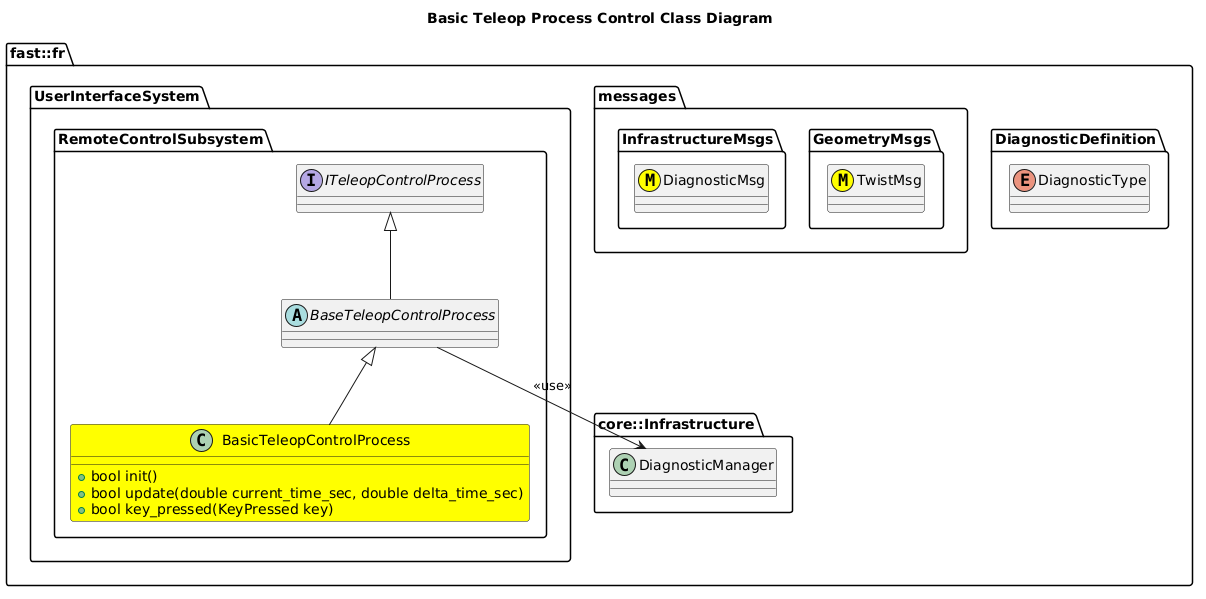
fastrobotics/robot_framework keeps this PlantUML diagram as Systems/UserInterface/Subsystems/RemoteControl/Processes/TeleopControl/doc/ProcessImplementations/puml/BasicTeleopControlProcessClassDiagram.png. Above is the earlier version. The source it was exported from:
```plantuml
@startuml
title Basic Teleop Process Control Class Diagram

namespace fast::fr {
  namespace DiagnosticDefinition {
    enum DiagnosticType
  }
  namespace messages {
    namespace GeometryMsgs {
      class TwistMsg <<(M,#FFFF00)>>
    }
    namespace InfrastructureMsgs {
      class DiagnosticMsg <<(M,#FFFF00)>>
    }
  }
  namespace core::Infrastructure {
    class DiagnosticManager
  }
  namespace UserInterfaceSystem {
    namespace RemoteControlSubsystem {
        interface ITeleopControlProcess
        abstract BaseTeleopControlProcess
        BaseTeleopControlProcess -up-|> ITeleopControlProcess
        BaseTeleopControlProcess --> DiagnosticManager: <<use>>
        class BasicTeleopControlProcess #Yellow {
          +bool init()
          +bool update(double current_time_sec, double delta_time_sec)
          +bool key_pressed(KeyPressed key)
        }
        BasicTeleopControlProcess -up-|> BaseTeleopControlProcess
    }
  }
}
@enduml
```
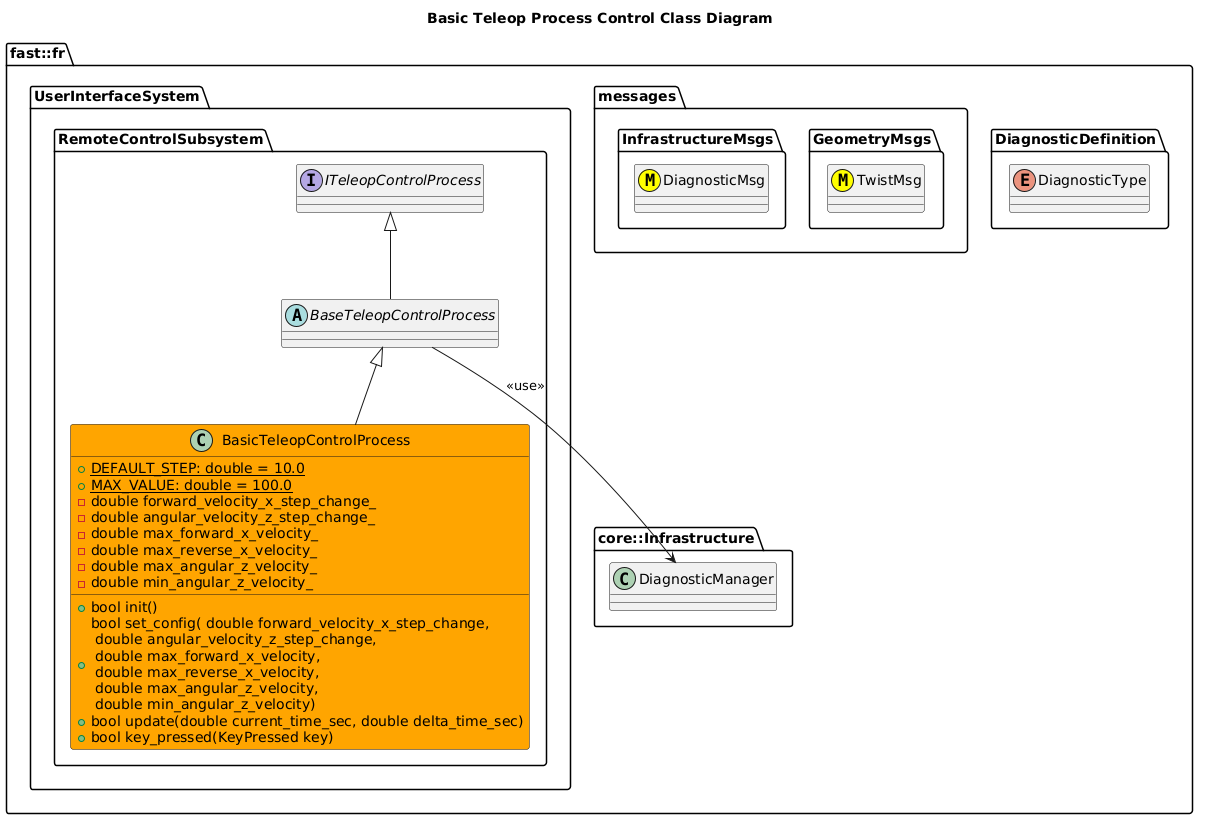
Above is the later version.

The edit, as a diff of the source:
```diff
@@ -22,10 +22,19 @@
         abstract BaseTeleopControlProcess
         BaseTeleopControlProcess -up-|> ITeleopControlProcess
         BaseTeleopControlProcess --> DiagnosticManager: <<use>>
-        class BasicTeleopControlProcess #Yellow {
+        class BasicTeleopControlProcess #Orange {
+          +{static} DEFAULT_STEP: double = 10.0
+          +{static} MAX_VALUE: double = 100.0
           +bool init()
+          +bool set_config( double forward_velocity_x_step_change, \n double angular_velocity_z_step_change, \n double max_forward_x_velocity, \n double max_reverse_x_velocity, \n double max_angular_z_velocity, \n double min_angular_z_velocity)
           +bool update(double current_time_sec, double delta_time_sec)
           +bool key_pressed(KeyPressed key)
+          -double forward_velocity_x_step_change_
+          -double angular_velocity_z_step_change_
+          -double max_forward_x_velocity_
+          -double max_reverse_x_velocity_
+          -double max_angular_z_velocity_
+          -double min_angular_z_velocity_
         }
         BasicTeleopControlProcess -up-|> BaseTeleopControlProcess
     }
```
